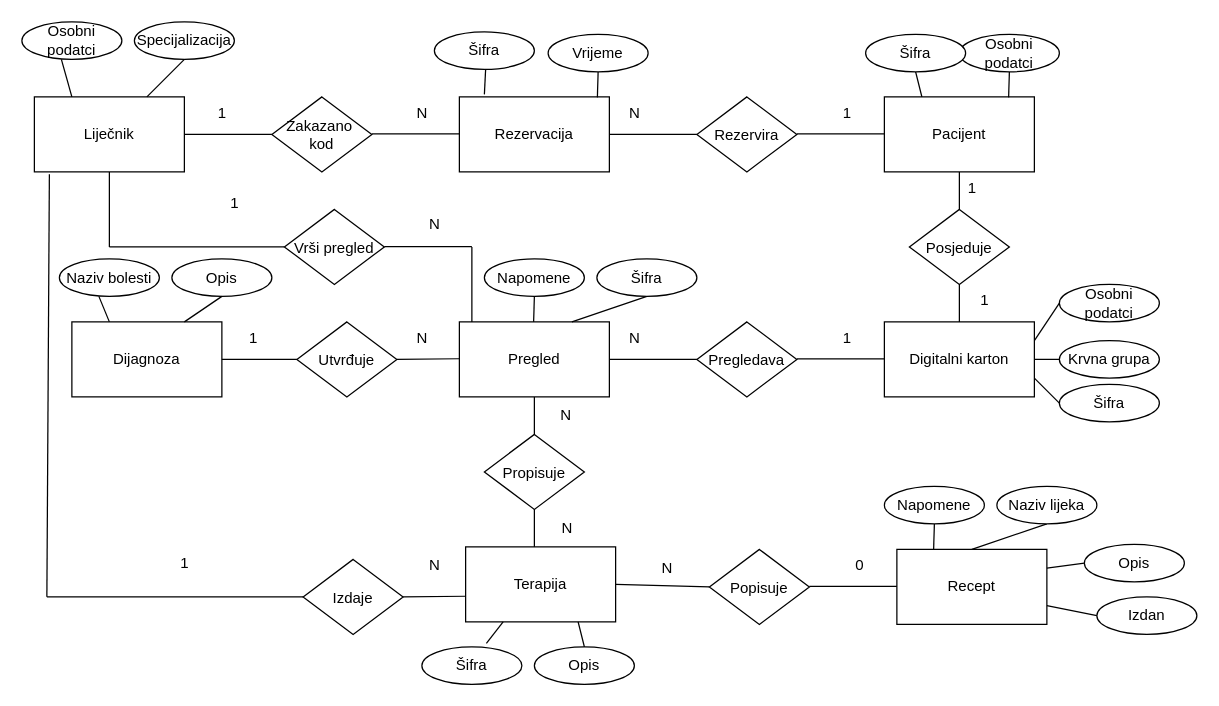
Above: DZ03/Izvorne datoteke/KoceptualniModel.drawio in simunjelic/PIS-projekt (draw.io), before the change. Source tidied: cells renumbered, new cells numbered last; positions are measured from the earlier drawing's top-left corner, leaving out a move shared by most shapes. Both pictures are drawn from the tidied source at 125%, with x=0, y=0 at pixel (21, 21).
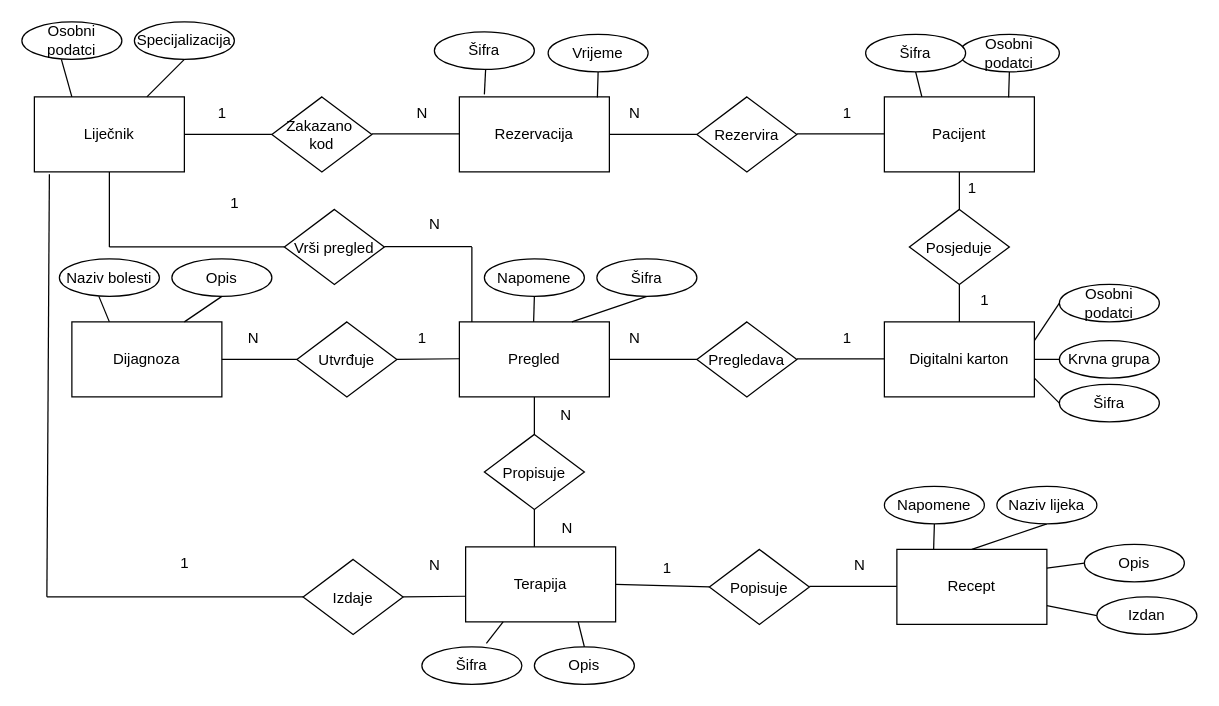
The same page after the edit.

The edit, as a diff of the source:
```diff
@@
-    <mxCell id="63" value="N" style="text;html=1;align=center;verticalAlign=middle;strokeColor=none;fillColor=none;" parent="1" vertex="1">
+    <mxCell id="63" value="1" style="text;html=1;align=center;verticalAlign=middle;strokeColor=none;fillColor=none;" parent="1" vertex="1">
       <mxGeometry x="305" y="238" width="30" height="30" as="geometry" />
     </mxCell>
@@
-    <mxCell id="65" value="1" style="text;html=1;align=center;verticalAlign=middle;strokeColor=none;fillColor=none;" parent="1" vertex="1">
+    <mxCell id="65" value="N" style="text;html=1;align=center;verticalAlign=middle;strokeColor=none;fillColor=none;" parent="1" vertex="1">
       <mxGeometry x="170" y="238" width="30" height="30" as="geometry" />
     </mxCell>
@@
-    <mxCell id="81" value="0" style="text;html=1;align=center;verticalAlign=middle;strokeColor=none;fillColor=none;" parent="1" vertex="1">
+    <mxCell id="81" value="N" style="text;html=1;align=center;verticalAlign=middle;strokeColor=none;fillColor=none;" parent="1" vertex="1">
       <mxGeometry x="655" y="420" width="30" height="30" as="geometry" />
     </mxCell>
@@
-    <mxCell id="83" value="N" style="text;html=1;align=center;verticalAlign=middle;strokeColor=none;fillColor=none;" parent="1" vertex="1">
+    <mxCell id="83" value="1" style="text;html=1;align=center;verticalAlign=middle;strokeColor=none;fillColor=none;" parent="1" vertex="1">
       <mxGeometry x="501" y="422" width="30" height="30" as="geometry" />
     </mxCell>
```
